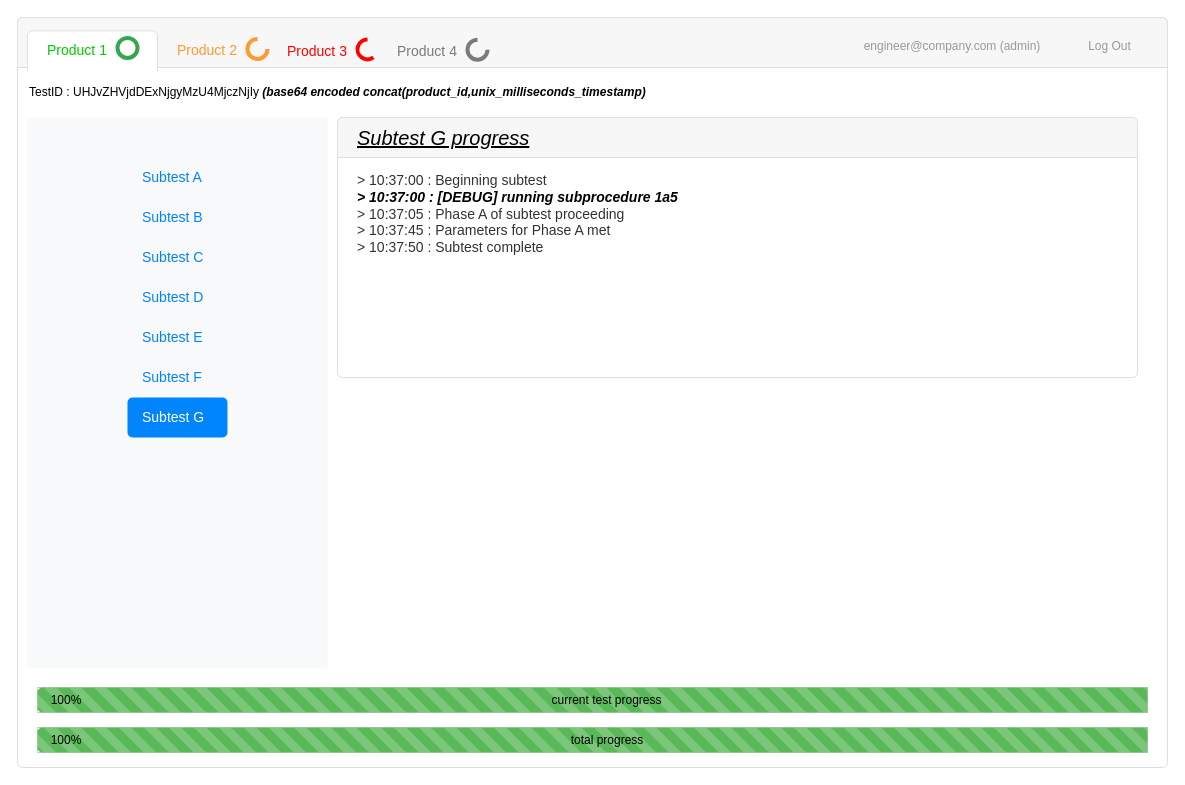
angeldimitrov94/NexusEOL keeps this draw.io diagram as page "AdminView" (2 of 3) of TestSequencer.drawio. Above is the earlier version. Source tidied: cells renumbered, new cells numbered last; positions are measured from the earlier drawing's top-left corner, leaving out a move shared by most shapes. Both pictures are drawn from the tidied source at 100%, with x=0, y=0 at pixel (17, 17).
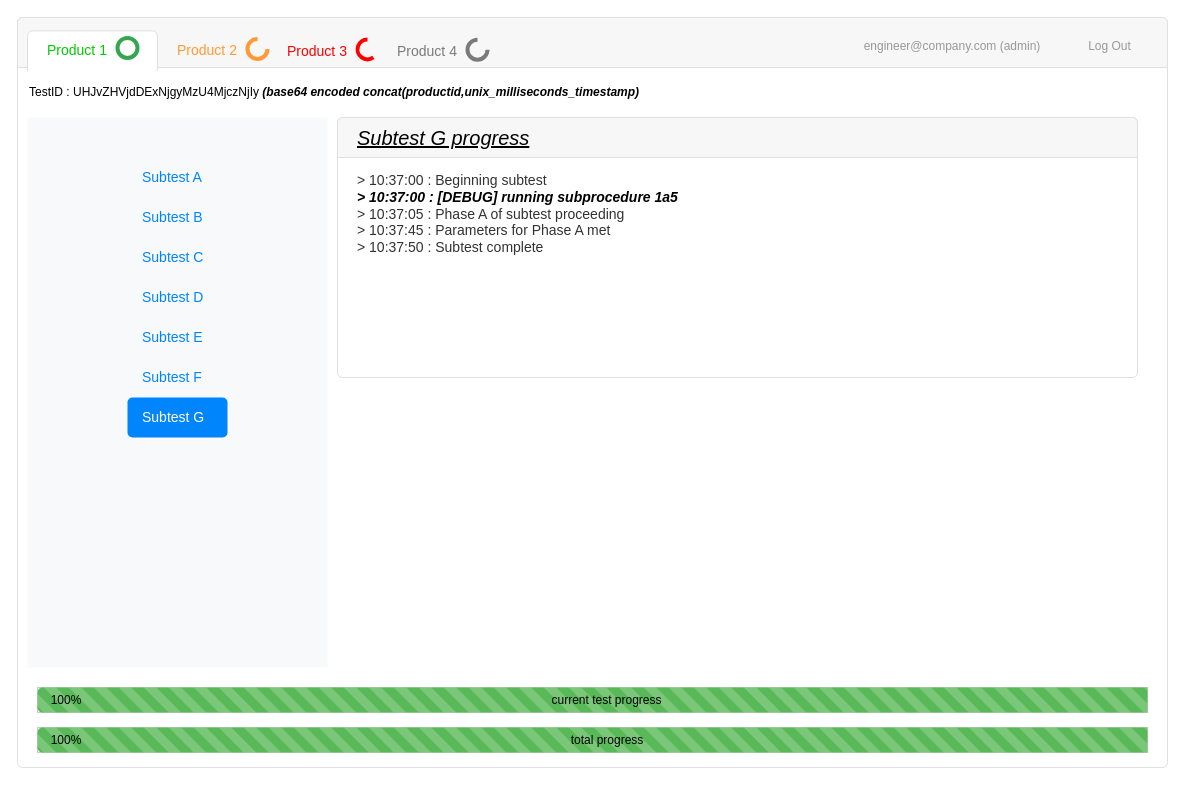
The same page after the edit.

Change to the diagram source:
```diff
@@
-    <mxCell id="39" value="TestID : UHJvZHVjdDExNjgyMzU4MjczNjIy &lt;i&gt;&lt;b&gt;(base64 encoded concat(product_id,unix_milliseconds_timestamp)&lt;/b&gt;&lt;/i&gt;" style="text;html=1;strokeColor=none;fillColor=none;align=left;verticalAlign=middle;whiteSpace=wrap;rounded=0;" parent="1" vertex="1">
+    <mxCell id="39" value="TestID : UHJvZHVjdDExNjgyMzU4MjczNjIy &lt;i&gt;&lt;b&gt;(base64 encoded concat(productid,unix_milliseconds_timestamp)&lt;/b&gt;&lt;/i&gt;" style="text;html=1;strokeColor=none;fillColor=none;align=left;verticalAlign=middle;whiteSpace=wrap;rounded=0;" parent="1" vertex="1">
       <mxGeometry x="10" y="60" width="640" height="30" as="geometry" />
     </mxCell>
```
